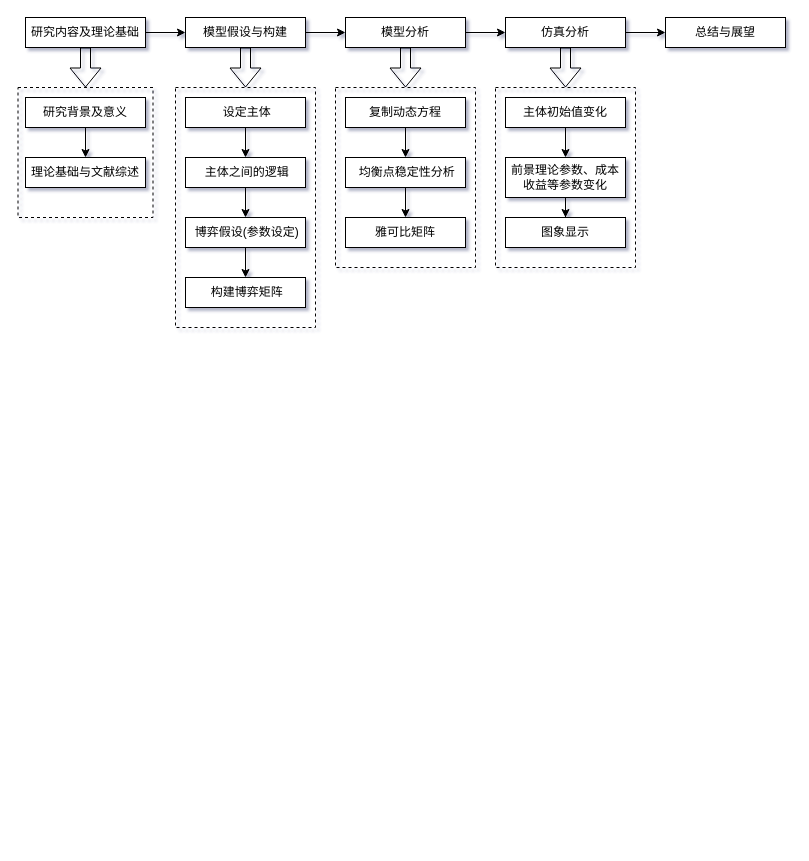
Before: 未命名绘图.drawio in kejishendu/demo, a draw.io diagram. Source tidied: cells renumbered, new cells numbered last; positions are measured from the earlier drawing's top-left corner, leaving out a move shared by most shapes. Both pictures are drawn from the tidied source at 100%, with x=0, y=0 at pixel (17, 17).
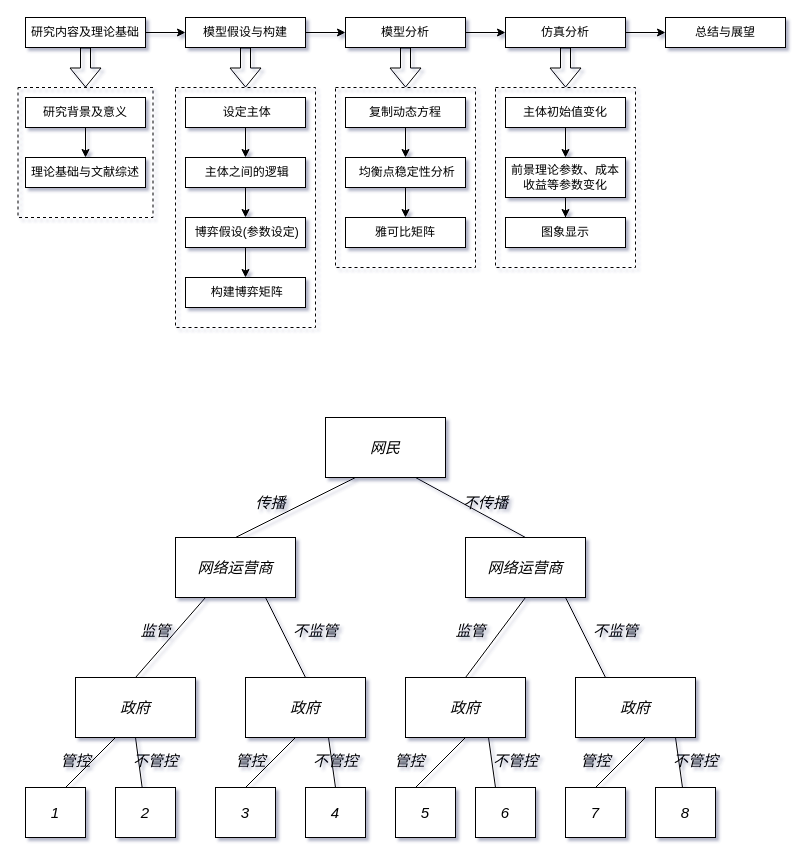
The same page after the edit.

Commit message:
更新未命名绘图.drawio

The edit, as a diff of the source:
```diff
@@
+    <mxCell id="39" value="&lt;font style=&quot;font-size: 15px;&quot;&gt;网民&lt;/font&gt;" style="rounded=0;whiteSpace=wrap;html=1;fontSize=15;fontStyle=2;" parent="1" vertex="1">
+      <mxGeometry x="308" y="400" width="120" height="60" as="geometry" />
+    </mxCell>
+    <mxCell id="40" style="endArrow=none;html=1;rounded=0;exitX=0.5;exitY=0;exitDx=0;exitDy=0;entryX=0.25;entryY=1;entryDx=0;entryDy=0;fontSize=15;fontStyle=2;" parent="1" edge="1" source="41" target="39">
+      <mxGeometry relative="1" as="geometry" />
+    </mxCell>
+    <mxCell id="41" value="网络运营商" style="rounded=0;whiteSpace=wrap;html=1;fontSize=15;fontStyle=2;" parent="1" vertex="1">
+      <mxGeometry x="158" y="520" width="120" height="60" as="geometry" />
+    </mxCell>
+    <mxCell id="42" value="网络运营商" style="rounded=0;whiteSpace=wrap;html=1;fontSize=15;fontStyle=2;" parent="1" vertex="1">
+      <mxGeometry x="448" y="520" width="120" height="60" as="geometry" />
+    </mxCell>
+    <mxCell id="43" style="endArrow=none;html=1;rounded=0;exitX=0.5;exitY=0;exitDx=0;exitDy=0;entryX=0.75;entryY=1;entryDx=0;entryDy=0;fontSize=15;fontStyle=2;" parent="1" edge="1" source="42" target="39">
+      <mxGeometry relative="1" as="geometry" />
+    </mxCell>
+    <mxCell id="44" value="传播" style="text;html=1;align=center;verticalAlign=middle;strokeColor=none;fillColor=none;fontSize=15;fontStyle=2;" parent="1" vertex="1">
+      <mxGeometry x="228" y="470" width="50" height="30" as="geometry" />
+    </mxCell>
+    <mxCell id="45" value="不传播" style="text;html=1;align=center;verticalAlign=middle;strokeColor=none;fillColor=none;fontSize=15;fontStyle=2;" parent="1" vertex="1">
+      <mxGeometry x="433" y="470" width="70" height="30" as="geometry" />
+    </mxCell>
+    <mxCell id="46" value="政府" style="rounded=0;whiteSpace=wrap;html=1;fontSize=15;fontStyle=2;" parent="1" vertex="1">
+      <mxGeometry x="58" y="660" width="120" height="60" as="geometry" />
+    </mxCell>
+    <mxCell id="47" value="政府" style="rounded=0;whiteSpace=wrap;html=1;fontSize=15;fontStyle=2;" parent="1" vertex="1">
+      <mxGeometry x="228" y="660" width="120" height="60" as="geometry" />
+    </mxCell>
+    <mxCell id="48" value="政府" style="rounded=0;whiteSpace=wrap;html=1;fontSize=15;fontStyle=2;" parent="1" vertex="1">
+      <mxGeometry x="388" y="660" width="120" height="60" as="geometry" />
+    </mxCell>
+    <mxCell id="49" value="政府" style="rounded=0;whiteSpace=wrap;html=1;fontSize=15;fontStyle=2;" parent="1" vertex="1">
+      <mxGeometry x="558" y="660" width="120" height="60" as="geometry" />
+    </mxCell>
+    <mxCell id="50" style="endArrow=none;html=1;rounded=0;exitX=0.5;exitY=0;exitDx=0;exitDy=0;entryX=0.25;entryY=1;entryDx=0;entryDy=0;fontSize=15;fontStyle=2;" parent="1" edge="1" source="46" target="41">
+      <mxGeometry relative="1" as="geometry" />
+    </mxCell>
+    <mxCell id="51" style="endArrow=none;html=1;rounded=0;exitX=0.5;exitY=0;exitDx=0;exitDy=0;fontSize=15;fontStyle=2;" parent="1" edge="1">
+      <mxGeometry relative="1" as="geometry">
+        <mxPoint x="448" y="660" as="sourcePoint" />
+        <mxPoint x="508" y="580" as="targetPoint" />
+      </mxGeometry>
+    </mxCell>
+    <mxCell id="52" style="endArrow=none;html=1;rounded=0;entryX=1;entryY=1;entryDx=0;entryDy=0;exitX=0.5;exitY=0;exitDx=0;exitDy=0;fontSize=15;fontStyle=2;" parent="1" edge="1" source="47">
+      <mxGeometry relative="1" as="geometry">
+        <mxPoint x="248" y="580" as="targetPoint" />
+      </mxGeometry>
+    </mxCell>
+    <mxCell id="53" style="endArrow=none;html=1;rounded=0;entryX=1;entryY=1;entryDx=0;entryDy=0;exitX=0.5;exitY=0;exitDx=0;exitDy=0;fontSize=15;fontStyle=2;" parent="1" edge="1">
+      <mxGeometry relative="1" as="geometry">
+        <mxPoint x="588" y="660" as="sourcePoint" />
+        <mxPoint x="548" y="580" as="targetPoint" />
+      </mxGeometry>
+    </mxCell>
+    <mxCell id="54" value="1" style="whiteSpace=wrap;html=1;fontSize=15;fontStyle=2;" parent="1" vertex="1">
+      <mxGeometry x="8" y="770" width="60" height="50" as="geometry" />
+    </mxCell>
+    <mxCell id="55" value="2" style="whiteSpace=wrap;html=1;fontSize=15;fontStyle=2;" parent="1" vertex="1">
+      <mxGeometry x="98" y="770" width="60" height="50" as="geometry" />
+    </mxCell>
+    <mxCell id="56" value="3" style="whiteSpace=wrap;html=1;fontSize=15;fontStyle=2;" parent="1" vertex="1">
+      <mxGeometry x="198" y="770" width="60" height="50" as="geometry" />
+    </mxCell>
+    <mxCell id="57" value="4" style="whiteSpace=wrap;html=1;fontSize=15;fontStyle=2;" parent="1" vertex="1">
+      <mxGeometry x="288" y="770" width="60" height="50" as="geometry" />
+    </mxCell>
+    <mxCell id="58" value="5" style="whiteSpace=wrap;html=1;fontSize=15;fontStyle=2;" parent="1" vertex="1">
+      <mxGeometry x="378" y="770" width="60" height="50" as="geometry" />
+    </mxCell>
+    <mxCell id="59" value="6" style="whiteSpace=wrap;html=1;fontSize=15;fontStyle=2;" parent="1" vertex="1">
+      <mxGeometry x="458" y="770" width="60" height="50" as="geometry" />
+    </mxCell>
+    <mxCell id="60" value="7" style="whiteSpace=wrap;html=1;fontSize=15;fontStyle=2;" parent="1" vertex="1">
+      <mxGeometry x="548" y="770" width="60" height="50" as="geometry" />
+    </mxCell>
+    <mxCell id="61" value="8" style="whiteSpace=wrap;html=1;fontSize=15;fontStyle=2;" parent="1" vertex="1">
+      <mxGeometry x="638" y="770" width="60" height="50" as="geometry" />
+    </mxCell>
+    <mxCell id="62" style="endArrow=none;html=1;rounded=0;fontSize=15;fontStyle=2;" parent="1" edge="1">
+      <mxGeometry relative="1" as="geometry">
+        <mxPoint x="48" y="770" as="sourcePoint" />
+        <mxPoint x="98" y="720" as="targetPoint" />
+      </mxGeometry>
+    </mxCell>
+    <mxCell id="63" style="endArrow=none;html=1;rounded=0;fontSize=15;fontStyle=2;" parent="1" edge="1">
+      <mxGeometry relative="1" as="geometry">
+        <mxPoint x="228" y="770" as="sourcePoint" />
+        <mxPoint x="278" y="720" as="targetPoint" />
+      </mxGeometry>
+    </mxCell>
+    <mxCell id="64" style="endArrow=none;html=1;rounded=0;fontSize=15;fontStyle=2;" parent="1" edge="1">
+      <mxGeometry relative="1" as="geometry">
+        <mxPoint x="398" y="770" as="sourcePoint" />
+        <mxPoint x="448" y="720" as="targetPoint" />
+      </mxGeometry>
+    </mxCell>
+    <mxCell id="65" style="endArrow=none;html=1;rounded=0;fontSize=15;fontStyle=2;" parent="1" edge="1">
+      <mxGeometry relative="1" as="geometry">
+        <mxPoint x="578" y="770" as="sourcePoint" />
+        <mxPoint x="628" y="720" as="targetPoint" />
+      </mxGeometry>
+    </mxCell>
+    <mxCell id="66" style="endArrow=none;html=1;rounded=0;entryX=0.5;entryY=1;entryDx=0;entryDy=0;fontSize=15;fontStyle=2;" parent="1" edge="1" source="55" target="46">
+      <mxGeometry relative="1" as="geometry" />
+    </mxCell>
+    <mxCell id="67" style="endArrow=none;html=1;rounded=0;entryX=0.5;entryY=1;entryDx=0;entryDy=0;fontSize=15;fontStyle=2;" parent="1" edge="1">
+      <mxGeometry relative="1" as="geometry">
+        <mxPoint x="318" y="770" as="sourcePoint" />
+        <mxPoint x="311" y="720" as="targetPoint" />
+      </mxGeometry>
+    </mxCell>
+    <mxCell id="68" style="endArrow=none;html=1;rounded=0;entryX=0.5;entryY=1;entryDx=0;entryDy=0;fontSize=15;fontStyle=2;" parent="1" edge="1">
+      <mxGeometry relative="1" as="geometry">
+        <mxPoint x="478" y="770" as="sourcePoint" />
+        <mxPoint x="471" y="720" as="targetPoint" />
+      </mxGeometry>
+    </mxCell>
+    <mxCell id="69" style="endArrow=none;html=1;rounded=0;entryX=0.5;entryY=1;entryDx=0;entryDy=0;fontSize=15;fontStyle=2;" parent="1" edge="1">
+      <mxGeometry relative="1" as="geometry">
+        <mxPoint x="665" y="770" as="sourcePoint" />
+        <mxPoint x="658" y="720" as="targetPoint" />
+      </mxGeometry>
+    </mxCell>
+    <mxCell id="70" value="监管" style="text;html=1;align=center;verticalAlign=middle;strokeColor=none;fillColor=none;fontSize=15;fontStyle=2;" parent="1" vertex="1">
+      <mxGeometry x="113" y="598" width="50" height="30" as="geometry" />
+    </mxCell>
+    <mxCell id="71" value="不监管" style="text;html=1;align=center;verticalAlign=middle;strokeColor=none;fillColor=none;fontSize=15;fontStyle=2;" parent="1" vertex="1">
+      <mxGeometry x="263" y="598" width="70" height="30" as="geometry" />
+    </mxCell>
+    <mxCell id="72" value="监管" style="text;html=1;align=center;verticalAlign=middle;strokeColor=none;fillColor=none;fontSize=15;fontStyle=2;" parent="1" vertex="1">
+      <mxGeometry x="428" y="598" width="50" height="30" as="geometry" />
+    </mxCell>
+    <mxCell id="73" value="不监管" style="text;html=1;align=center;verticalAlign=middle;strokeColor=none;fillColor=none;fontSize=15;fontStyle=2;" parent="1" vertex="1">
+      <mxGeometry x="563" y="598" width="70" height="30" as="geometry" />
+    </mxCell>
+    <mxCell id="74" value="管控" style="text;html=1;align=center;verticalAlign=middle;strokeColor=none;fillColor=none;fontSize=15;fontStyle=2;" parent="1" vertex="1">
+      <mxGeometry x="33" y="728" width="50" height="30" as="geometry" />
+    </mxCell>
+    <mxCell id="75" value="不管控" style="text;html=1;align=center;verticalAlign=middle;strokeColor=none;fillColor=none;fontSize=15;fontStyle=2;" parent="1" vertex="1">
+      <mxGeometry x="103" y="728" width="70" height="30" as="geometry" />
+    </mxCell>
+    <mxCell id="76" value="管控" style="text;html=1;align=center;verticalAlign=middle;strokeColor=none;fillColor=none;fontSize=15;fontStyle=2;" parent="1" vertex="1">
+      <mxGeometry x="208" y="728" width="50" height="30" as="geometry" />
+    </mxCell>
+    <mxCell id="77" value="管控" style="text;html=1;align=center;verticalAlign=middle;strokeColor=none;fillColor=none;fontSize=15;fontStyle=2;" parent="1" vertex="1">
+      <mxGeometry x="553" y="728" width="50" height="30" as="geometry" />
+    </mxCell>
+    <mxCell id="78" value="管控" style="text;html=1;align=center;verticalAlign=middle;strokeColor=none;fillColor=none;fontSize=15;fontStyle=2;" parent="1" vertex="1">
+      <mxGeometry x="367" y="728" width="50" height="30" as="geometry" />
+    </mxCell>
+    <mxCell id="79" value="不管控" style="text;html=1;align=center;verticalAlign=middle;strokeColor=none;fillColor=none;fontSize=15;fontStyle=2;" parent="1" vertex="1">
+      <mxGeometry x="643" y="728" width="70" height="30" as="geometry" />
+    </mxCell>
+    <mxCell id="80" value="不管控" style="text;html=1;align=center;verticalAlign=middle;strokeColor=none;fillColor=none;fontSize=15;fontStyle=2;" parent="1" vertex="1">
+      <mxGeometry x="463" y="728" width="70" height="30" as="geometry" />
+    </mxCell>
+    <mxCell id="81" value="不管控" style="text;html=1;align=center;verticalAlign=middle;strokeColor=none;fillColor=none;fontSize=15;fontStyle=2;" parent="1" vertex="1">
+      <mxGeometry x="283" y="728" width="70" height="30" as="geometry" />
+    </mxCell>
```
